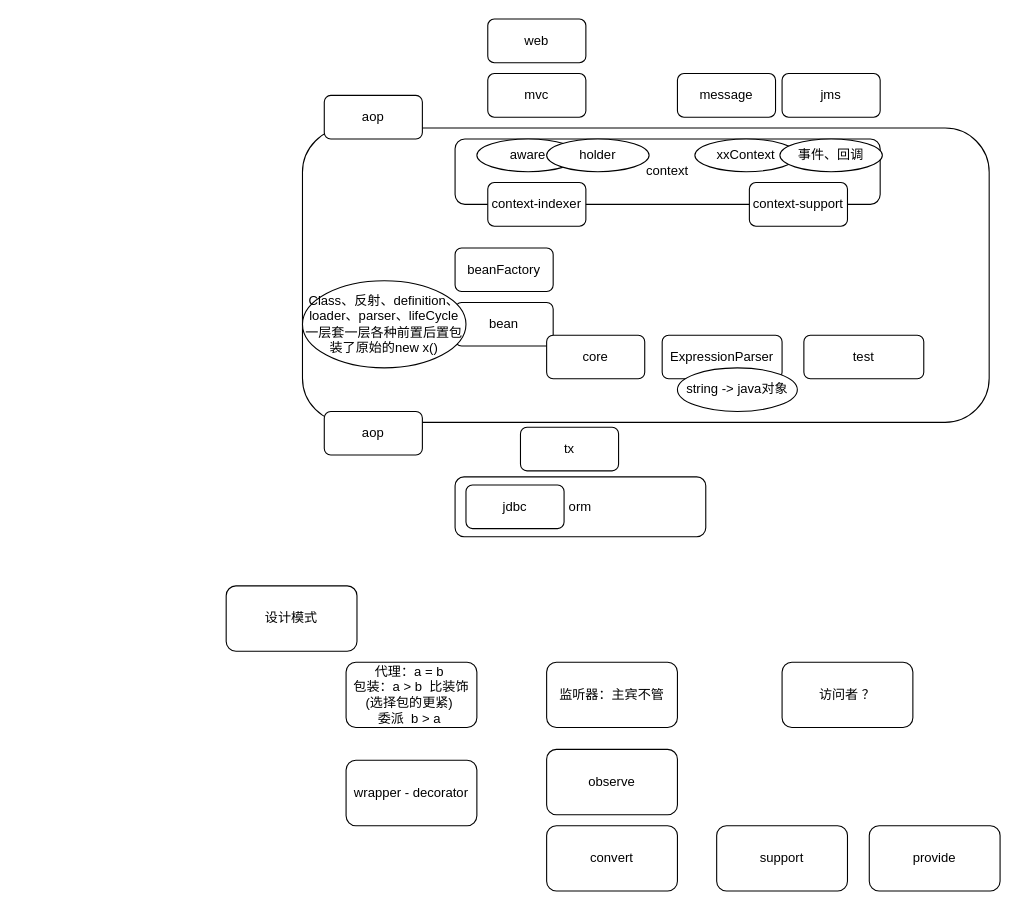
Before: menus/springAll.drawio in Asamiyaa/microservice-k8s-yun, a draw.io diagram. Source tidied: cells renumbered, new cells numbered last; positions are measured from the earlier drawing's top-left corner, leaving out a move shared by most shapes. Both pictures are drawn from the tidied source at 109%, with x=0, y=0 at pixel (226, 19).
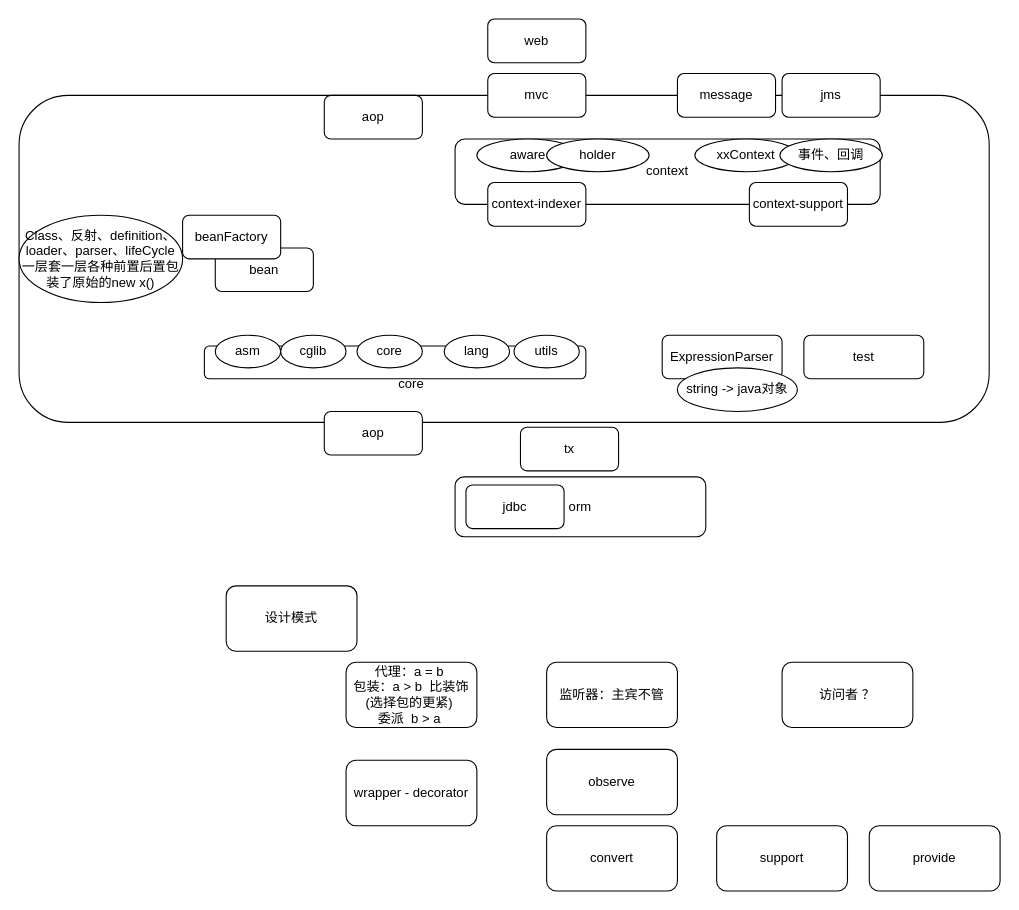
The same page after the edit.

What changed in the source:
```diff
@@
     <mxCell id="2" style="rounded=1;whiteSpace=wrap;html=1;" parent="1" vertex="1">
-      <mxGeometry x="70" y="100" width="630" height="270" as="geometry" />
+      <mxGeometry x="-190" y="70" width="890" height="300" as="geometry" />
     </mxCell>
@@
     <mxCell id="4" value="bean" style="rounded=1;whiteSpace=wrap;html=1;" parent="1" vertex="1">
-      <mxGeometry x="210" y="260" width="90" height="40" as="geometry" />
+      <mxGeometry x="-10" y="210" width="90" height="40" as="geometry" />
     </mxCell>
     <mxCell id="5" value="beanFactory" style="rounded=1;whiteSpace=wrap;html=1;" parent="1" vertex="1">
-      <mxGeometry x="210" y="210" width="90" height="40" as="geometry" />
+      <mxGeometry x="-40" y="180" width="90" height="40" as="geometry" />
     </mxCell>
@@
-    <mxCell id="9" value="core" style="rounded=1;whiteSpace=wrap;html=1;" parent="1" vertex="1">
-      <mxGeometry x="294" y="290" width="90" height="40" as="geometry" />
+    <mxCell id="9" style="rounded=1;whiteSpace=wrap;html=1;" parent="1" vertex="1">
+      <mxGeometry x="-20" y="300" width="350" height="30" as="geometry" />
     </mxCell>
@@
     <mxCell id="34" value="Class、反射、definition、loader、parser、lifeCycle一层套一层各种前置后置包装了原始的new x()" style="ellipse;whiteSpace=wrap;html=1;" parent="1" vertex="1">
-      <mxGeometry x="70" y="240" width="150" height="80" as="geometry" />
+      <mxGeometry x="-190" y="180" width="150" height="80" as="geometry" />
     </mxCell>
+    <mxCell id="35" value="asm" style="ellipse;whiteSpace=wrap;html=1;" parent="1" vertex="1">
+      <mxGeometry x="-10" y="290" width="60" height="30" as="geometry" />
+    </mxCell>
+    <mxCell id="36" value="cglib" style="ellipse;whiteSpace=wrap;html=1;" parent="1" vertex="1">
+      <mxGeometry x="50" y="290" width="60" height="30" as="geometry" />
+    </mxCell>
+    <mxCell id="37" value="core" style="ellipse;whiteSpace=wrap;html=1;" parent="1" vertex="1">
+      <mxGeometry x="120" y="290" width="60" height="30" as="geometry" />
+    </mxCell>
+    <mxCell id="38" value="lang" style="ellipse;whiteSpace=wrap;html=1;" parent="1" vertex="1">
+      <mxGeometry x="200" y="290" width="60" height="30" as="geometry" />
+    </mxCell>
+    <mxCell id="39" value="utils" style="ellipse;whiteSpace=wrap;html=1;" parent="1" vertex="1">
+      <mxGeometry x="264" y="290" width="60" height="30" as="geometry" />
+    </mxCell>
+    <mxCell id="40" value="core" style="text;html=1;strokeColor=none;fillColor=none;align=center;verticalAlign=middle;whiteSpace=wrap;rounded=0;" parent="1" vertex="1">
+      <mxGeometry x="140" y="320" width="60" height="30" as="geometry" />
+    </mxCell>
```
